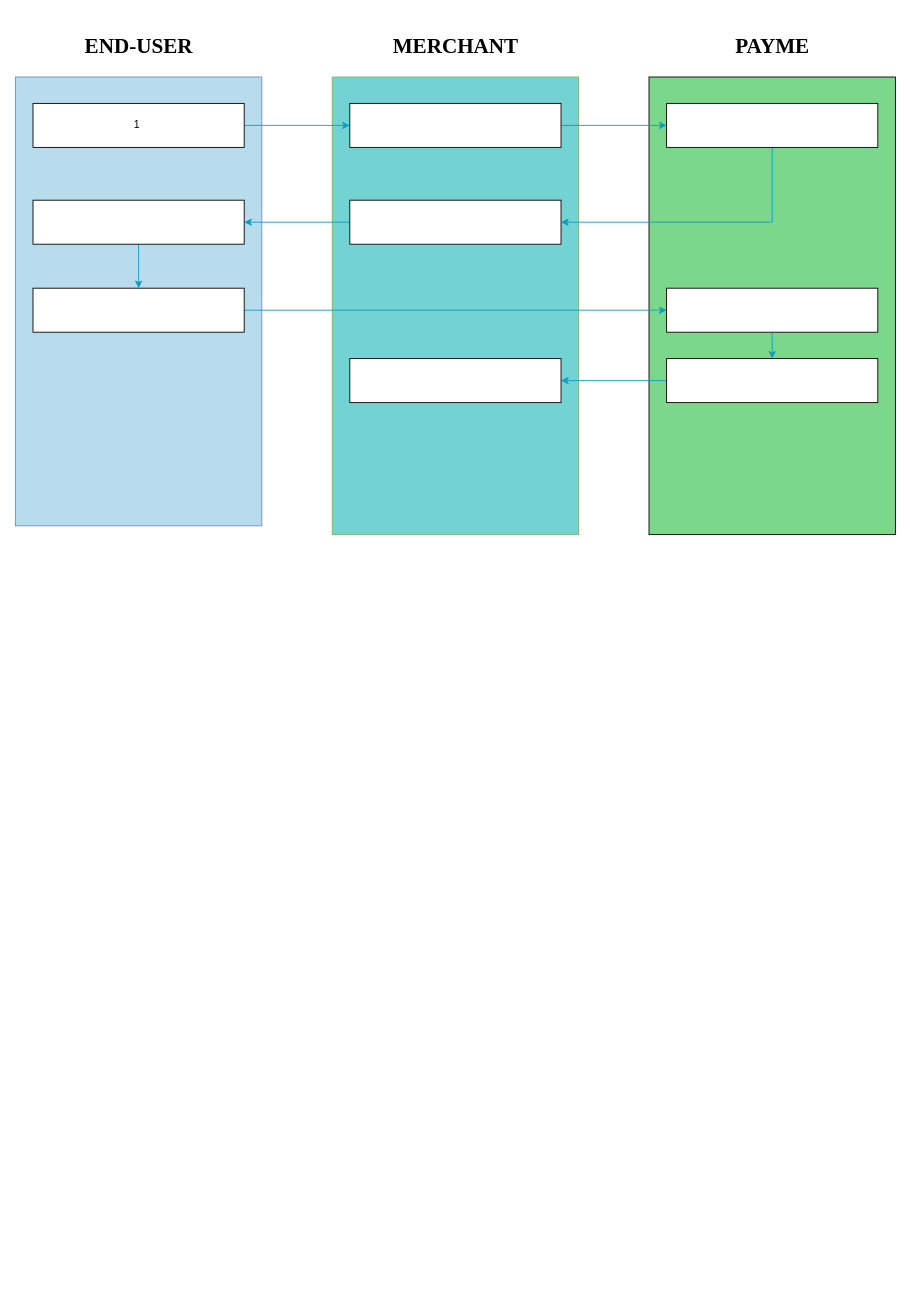
quochuytran98/ex-express keeps this draw.io diagram as Untitled Diagram.drawio. Above is the earlier version. Source tidied: cells renumbered, new cells numbered last; positions are measured from the earlier drawing's top-left corner, leaving out a move shared by most shapes. Both pictures are drawn from the tidied source at 88%, with x=0, y=0 at pixel (15, 15).
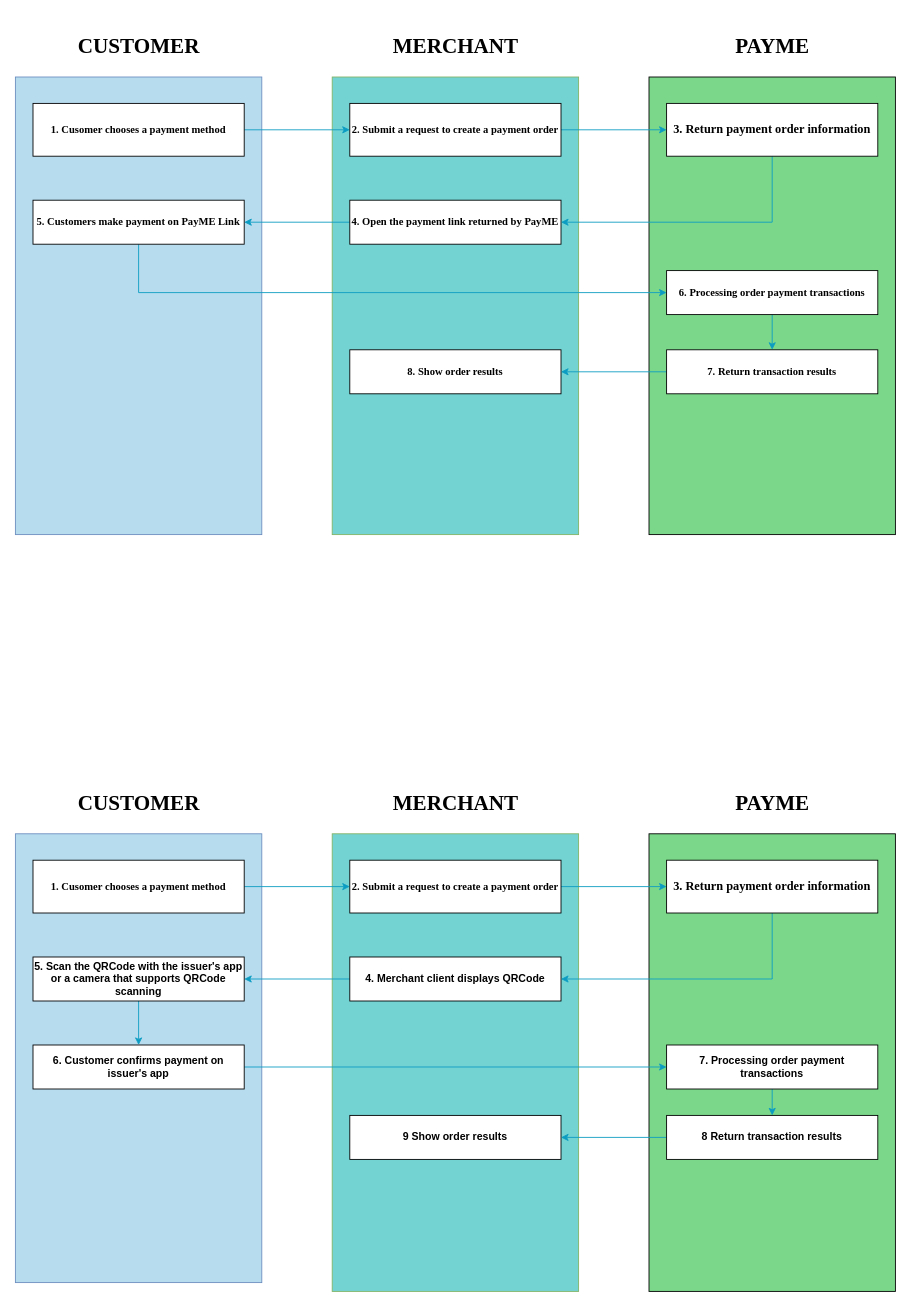
Above is the later version.

Diff of the diagram source:
```diff
@@
     <mxCell id="2" style="rounded=0;whiteSpace=wrap;html=1;fillColor=#b6dcee;strokeColor=#6c8ebf;" parent="1" vertex="1">
-      <mxGeometry y="70" width="280" height="510" as="geometry" />
+      <mxGeometry y="70" width="280" height="520" as="geometry" />
     </mxCell>
@@
-    <mxCell id="6" value="1&amp;nbsp;" style="rounded=0;whiteSpace=wrap;html=1;" parent="1" vertex="1">
-      <mxGeometry x="20" y="100" width="240" height="50" as="geometry" />
+    <mxCell id="6" value="&lt;font face=&quot;Times New Roman&quot; style=&quot;font-size: 12px;&quot;&gt;1. Cusomer&amp;nbsp;&lt;span style=&quot;font-size: 12px; text-align: left; background-color: rgb(255, 255, 255);&quot;&gt;chooses a payment method&lt;/span&gt;&lt;/font&gt;" style="rounded=0;html=1;fontColor=default;whiteSpace=wrap;fontSize=12;fontStyle=1;" parent="1" vertex="1">
+      <mxGeometry x="20" y="100" width="240" height="60" as="geometry" />
     </mxCell>
-    <mxCell id="7" style="edgeStyle=orthogonalEdgeStyle;rounded=0;jumpSize=8;jettySize=auto;html=1;exitX=0.5;exitY=1;exitDx=0;exitDy=0;entryX=0.5;entryY=0;entryDx=0;entryDy=0;strokeColor=#0c9cc2;" parent="1" edge="1" source="8" target="10">
-      <mxGeometry relative="1" as="geometry" />
-    </mxCell>
+    <mxCell id="25" style="edgeStyle=orthogonalEdgeStyle;rounded=0;jumpSize=8;jettySize=auto;html=1;exitX=0.5;exitY=1;exitDx=0;exitDy=0;entryX=0;entryY=0.5;entryDx=0;entryDy=0;strokeColor=#0c9cc2;fontFamily=Times New Roman;fontSize=14;fontColor=#000000;" parent="1" edge="1" source="8" target="18">
+      <mxGeometry relative="1" as="geometry" />
+    </mxCell>
-    <mxCell id="8" style="rounded=0;whiteSpace=wrap;html=1;" parent="1" vertex="1">
+    <mxCell id="8" value="5.&amp;nbsp;&lt;span style=&quot;font-size: 12px; text-align: left; background-color: rgb(255, 255, 255);&quot;&gt;Customers make payment on PayME Link&lt;/span&gt;" style="rounded=0;whiteSpace=wrap;html=1;fontFamily=Times New Roman;fontStyle=1;fontSize=12;" parent="1" vertex="1">
       <mxGeometry x="20" y="210" width="240" height="50" as="geometry" />
     </mxCell>
-    <mxCell id="9" style="edgeStyle=orthogonalEdgeStyle;rounded=0;jumpSize=8;jettySize=auto;html=1;exitX=1;exitY=0.5;exitDx=0;exitDy=0;strokeColor=#0c9cc2;" parent="1" edge="1" source="10" target="18">
-      <mxGeometry relative="1" as="geometry" />
-    </mxCell>
-    <mxCell id="10" style="rounded=0;whiteSpace=wrap;html=1;" parent="1" vertex="1">
-      <mxGeometry x="20" y="310" width="240" height="50" as="geometry" />
-    </mxCell>
@@
-    <mxCell id="12" style="rounded=0;whiteSpace=wrap;html=1;" parent="1" vertex="1">
-      <mxGeometry x="380" y="100" width="240" height="50" as="geometry" />
+    <mxCell id="12" value="&lt;span style=&quot;font-size: 12px; font-style: normal; font-variant-ligatures: normal; font-variant-caps: normal; letter-spacing: normal; orphans: 2; text-indent: 0px; text-transform: none; widows: 2; word-spacing: 0px; -webkit-text-stroke-width: 0px; text-decoration-thickness: initial; text-decoration-style: initial; text-decoration-color: initial; float: none; display: inline !important;&quot;&gt;2. Submit a request to create a payment order&lt;/span&gt;" style="rounded=0;whiteSpace=wrap;html=1;align=center;fontSize=12;fontFamily=Times New Roman;fontStyle=1;labelBackgroundColor=none;fontColor=default;" parent="1" vertex="1">
+      <mxGeometry x="380" y="100" width="240" height="60" as="geometry" />
     </mxCell>
@@
-    <mxCell id="14" style="rounded=0;whiteSpace=wrap;html=1;" parent="1" vertex="1">
+    <mxCell id="14" value="&lt;span style=&quot;font-size: 12px; font-style: normal; font-variant-ligatures: normal; font-variant-caps: normal; letter-spacing: normal; orphans: 2; text-align: left; text-indent: 0px; text-transform: none; widows: 2; word-spacing: 0px; -webkit-text-stroke-width: 0px; background-color: rgb(255, 255, 255); text-decoration-thickness: initial; text-decoration-style: initial; text-decoration-color: initial; float: none; display: inline !important;&quot;&gt;4. Open the payment link returned by PayME&lt;/span&gt;" style="rounded=0;whiteSpace=wrap;html=1;fontFamily=Times New Roman;fontStyle=1;fontSize=12;" parent="1" vertex="1">
       <mxGeometry x="380" y="210" width="240" height="50" as="geometry" />
     </mxCell>
@@
-    <mxCell id="16" style="rounded=0;whiteSpace=wrap;html=1;" parent="1" vertex="1">
-      <mxGeometry x="740" y="100" width="240" height="50" as="geometry" />
+    <mxCell id="16" value="&lt;span style=&quot;font-size: 14px; font-style: normal; font-variant-ligatures: normal; font-variant-caps: normal; letter-spacing: normal; orphans: 2; text-align: left; text-indent: 0px; text-transform: none; widows: 2; word-spacing: 0px; -webkit-text-stroke-width: 0px; background-color: rgb(255, 255, 255); text-decoration-thickness: initial; text-decoration-style: initial; text-decoration-color: initial; float: none; display: inline !important;&quot;&gt;3. Return payment order information&lt;/span&gt;" style="rounded=0;whiteSpace=wrap;html=1;fontFamily=Times New Roman;fontSize=14;fontStyle=1;fontColor=#000000;" parent="1" vertex="1">
+      <mxGeometry x="740" y="100" width="240" height="60" as="geometry" />
     </mxCell>
@@
-    <mxCell id="18" style="rounded=0;whiteSpace=wrap;html=1;" parent="1" vertex="1">
-      <mxGeometry x="740" y="310" width="240" height="50" as="geometry" />
+    <mxCell id="18" value="&lt;div style=&quot;text-align: left; font-size: 12px;&quot;&gt;&lt;span style=&quot;background-color: initial; font-size: 12px;&quot;&gt;6.&amp;nbsp;&lt;/span&gt;&lt;font style=&quot;font-size: 12px;&quot;&gt;&lt;span style=&quot;font-size: 12px; background-color: rgb(255, 255, 255);&quot;&gt;Processing order payment transactions&lt;/span&gt;&lt;/font&gt;&lt;/div&gt;" style="rounded=0;whiteSpace=wrap;html=1;fontFamily=Times New Roman;fontStyle=1;fontSize=12;" parent="1" vertex="1">
+      <mxGeometry x="740" y="290" width="240" height="50" as="geometry" />
     </mxCell>
@@
-    <mxCell id="20" style="rounded=0;whiteSpace=wrap;html=1;" parent="1" vertex="1">
-      <mxGeometry x="740" y="390" width="240" height="50" as="geometry" />
+    <mxCell id="20" value="7.&amp;nbsp;&lt;span style=&quot;border-color: var(--border-color); font-size: 12px; text-align: left; background-color: rgb(255, 255, 255);&quot;&gt;Return transaction results&lt;/span&gt;" style="rounded=0;whiteSpace=wrap;html=1;fontFamily=Times New Roman;fontStyle=1;fontSize=12;" parent="1" vertex="1">
+      <mxGeometry x="740" y="380" width="240" height="50" as="geometry" />
     </mxCell>
-    <mxCell id="21" style="rounded=0;whiteSpace=wrap;html=1;" parent="1" vertex="1">
-      <mxGeometry x="380" y="390" width="240" height="50" as="geometry" />
+    <mxCell id="21" value="8.&amp;nbsp;&lt;span style=&quot;font-size: 12px; text-align: left; background-color: rgb(255, 255, 255);&quot;&gt;Show order results&lt;/span&gt;" style="rounded=0;whiteSpace=wrap;html=1;fontFamily=Times New Roman;fontStyle=1;fontSize=12;" parent="1" vertex="1">
+      <mxGeometry x="380" y="380" width="240" height="50" as="geometry" />
     </mxCell>
-    <mxCell id="22" value="&lt;h1&gt;END-USER&lt;/h1&gt;" style="text;html=1;align=center;verticalAlign=middle;strokeColor=none;fillColor=none;fontStyle=1;fontFamily=Times New Roman;" parent="1" vertex="1">
-      <mxGeometry x="65" width="150" height="70" as="geometry" />
+    <mxCell id="22" value="&lt;h1&gt;CUSTOMER&lt;/h1&gt;" style="text;html=1;align=center;verticalAlign=middle;strokeColor=none;fillColor=none;fontStyle=1;fontFamily=Times New Roman;" parent="1" vertex="1">
+      <mxGeometry x="60" width="160" height="70" as="geometry" />
     </mxCell>
@@
+    <mxCell id="26" value="&lt;h1&gt;CUSTOMER&lt;/h1&gt;" style="text;html=1;align=center;verticalAlign=middle;strokeColor=none;fillColor=none;fontStyle=1;fontFamily=Times New Roman;" parent="1" vertex="1">
+      <mxGeometry x="60" y="860" width="160" height="70" as="geometry" />
+    </mxCell>
+    <mxCell id="27" value="&lt;h1&gt;MERCHANT&lt;/h1&gt;" style="text;html=1;align=center;verticalAlign=middle;strokeColor=none;fillColor=none;fontStyle=1;fontFamily=Times New Roman;" parent="1" vertex="1">
+      <mxGeometry x="415" y="860" width="170" height="70" as="geometry" />
+    </mxCell>
+    <mxCell id="28" value="&lt;h1&gt;PAYME&lt;/h1&gt;" style="text;html=1;align=center;verticalAlign=middle;strokeColor=none;fillColor=none;fontStyle=1;fontFamily=Times New Roman;" parent="1" vertex="1">
+      <mxGeometry x="805" y="860" width="110" height="70" as="geometry" />
+    </mxCell>
+    <mxCell id="29" style="rounded=0;whiteSpace=wrap;html=1;fillColor=#b6dcee;strokeColor=#6c8ebf;" parent="1" vertex="1">
+      <mxGeometry y="930" width="280" height="510" as="geometry" />
+    </mxCell>
+    <mxCell id="30" style="rounded=0;whiteSpace=wrap;html=1;fillColor=#73d2d2;strokeColor=#82b366;" parent="1" vertex="1">
+      <mxGeometry x="360" y="930" width="280" height="520" as="geometry" />
+    </mxCell>
+    <mxCell id="31" style="rounded=0;whiteSpace=wrap;html=1;fillColor=#7bd88a;" parent="1" vertex="1">
+      <mxGeometry x="720" y="930" width="280" height="520" as="geometry" />
+    </mxCell>
+    <mxCell id="32" style="edgeStyle=orthogonalEdgeStyle;rounded=0;jumpSize=8;jettySize=auto;html=1;exitX=1;exitY=0.5;exitDx=0;exitDy=0;entryX=0;entryY=0.5;entryDx=0;entryDy=0;strokeColor=#0c9cc2;" parent="1" edge="1" source="33" target="39">
+      <mxGeometry relative="1" as="geometry" />
+    </mxCell>
+    <mxCell id="33" value="&lt;span style=&quot;font-family: &amp;quot;Times New Roman&amp;quot;;&quot;&gt;1. Cusomer&amp;nbsp;&lt;/span&gt;&lt;span style=&quot;border-color: var(--border-color); font-family: &amp;quot;Times New Roman&amp;quot;; text-align: left; background-color: rgb(255, 255, 255);&quot;&gt;chooses a payment method&lt;/span&gt;" style="rounded=0;html=1;fontColor=default;whiteSpace=wrap;fontSize=12;fontStyle=1;" parent="1" vertex="1">
+      <mxGeometry x="20" y="960" width="240" height="60" as="geometry" />
+    </mxCell>
+    <mxCell id="34" style="edgeStyle=orthogonalEdgeStyle;rounded=0;jumpSize=8;jettySize=auto;html=1;exitX=0.5;exitY=1;exitDx=0;exitDy=0;entryX=0.5;entryY=0;entryDx=0;entryDy=0;strokeColor=#0c9cc2;" parent="1" edge="1" source="35" target="37">
+      <mxGeometry relative="1" as="geometry" />
+    </mxCell>
+    <mxCell id="35" value="&lt;font style=&quot;font-size: 12px;&quot;&gt;&lt;b&gt;5.&amp;nbsp;&lt;span style=&quot;font-family: &amp;quot;Nunito Sans&amp;quot;, sans-serif; text-align: left; background-color: rgb(255, 255, 255);&quot;&gt;Scan the QRCode with the issuer's app or a camera that supports QRCode scanning&lt;/span&gt;&lt;/b&gt;&lt;/font&gt;" style="rounded=0;whiteSpace=wrap;html=1;" parent="1" vertex="1">
+      <mxGeometry x="20" y="1070" width="240" height="50" as="geometry" />
+    </mxCell>
+    <mxCell id="36" style="edgeStyle=orthogonalEdgeStyle;rounded=0;jumpSize=8;jettySize=auto;html=1;exitX=1;exitY=0.5;exitDx=0;exitDy=0;strokeColor=#0c9cc2;" parent="1" edge="1" source="37" target="45">
+      <mxGeometry relative="1" as="geometry" />
+    </mxCell>
+    <mxCell id="37" value="&lt;div style=&quot;&quot;&gt;6. Customer&amp;nbsp;confirms payment on issuer's app&lt;/div&gt;" style="rounded=0;whiteSpace=wrap;html=1;fontFamily=Helvetica;fontStyle=1;align=center;" parent="1" vertex="1">
+      <mxGeometry x="20" y="1170" width="240" height="50" as="geometry" />
+    </mxCell>
+    <mxCell id="38" style="edgeStyle=orthogonalEdgeStyle;rounded=0;jettySize=auto;html=1;exitX=1;exitY=0.5;exitDx=0;exitDy=0;strokeColor=#0c9cc2;" parent="1" edge="1" source="39" target="43">
+      <mxGeometry relative="1" as="geometry" />
+    </mxCell>
+    <mxCell id="39" value="2. Submit a request to create a payment order" style="rounded=0;whiteSpace=wrap;html=1;align=center;fontSize=12;fontFamily=Times New Roman;fontStyle=1;labelBackgroundColor=none;fontColor=default;" parent="1" vertex="1">
+      <mxGeometry x="380" y="960" width="240" height="60" as="geometry" />
+    </mxCell>
+    <mxCell id="40" style="edgeStyle=orthogonalEdgeStyle;rounded=0;jumpSize=8;jettySize=auto;html=1;exitX=0;exitY=0.5;exitDx=0;exitDy=0;strokeColor=#0c9cc2;" parent="1" edge="1" source="41" target="35">
+      <mxGeometry relative="1" as="geometry" />
+    </mxCell>
+    <mxCell id="41" value="&lt;div style=&quot;font-size: 12px;&quot;&gt;&lt;font face=&quot;Nunito Sans, sans-serif&quot; style=&quot;font-size: 12px;&quot;&gt;&lt;span style=&quot;font-size: 12px; background-color: rgb(255, 255, 255);&quot;&gt;4.&amp;nbsp;&lt;/span&gt;&lt;/font&gt;&lt;span style=&quot;font-family: &amp;quot;Nunito Sans&amp;quot;, sans-serif; background-color: initial; font-size: 12px;&quot;&gt;Merchant client displays QRCode&lt;/span&gt;&lt;/div&gt;" style="rounded=0;whiteSpace=wrap;html=1;align=center;fontSize=12;fontStyle=1;" parent="1" vertex="1">
+      <mxGeometry x="380" y="1070" width="240" height="50" as="geometry" />
+    </mxCell>
+    <mxCell id="42" style="edgeStyle=orthogonalEdgeStyle;rounded=0;jettySize=auto;html=1;exitX=0.5;exitY=1;exitDx=0;exitDy=0;entryX=1;entryY=0.5;entryDx=0;entryDy=0;strokeColor=#0c9cc2;" parent="1" edge="1" source="43" target="41">
+      <mxGeometry relative="1" as="geometry" />
+    </mxCell>
+    <mxCell id="43" value="&lt;span style=&quot;text-align: left; background-color: rgb(255, 255, 255);&quot;&gt;3. Return payment order information&lt;/span&gt;" style="rounded=0;whiteSpace=wrap;html=1;fontFamily=Times New Roman;fontSize=14;fontStyle=1;fontColor=#000000;" parent="1" vertex="1">
+      <mxGeometry x="740" y="960" width="240" height="60" as="geometry" />
+    </mxCell>
+    <mxCell id="44" style="edgeStyle=orthogonalEdgeStyle;rounded=0;jumpSize=8;jettySize=auto;html=1;exitX=0.5;exitY=1;exitDx=0;exitDy=0;entryX=0.5;entryY=0;entryDx=0;entryDy=0;strokeColor=#0c9cc2;" parent="1" edge="1" source="45" target="47">
+      <mxGeometry relative="1" as="geometry" />
+    </mxCell>
+    <mxCell id="45" value="&lt;div style=&quot;&quot;&gt;&lt;b&gt;7.&amp;nbsp;Processing order payment transactions&lt;/b&gt;&lt;/div&gt;" style="rounded=0;whiteSpace=wrap;html=1;align=center;" parent="1" vertex="1">
+      <mxGeometry x="740" y="1170" width="240" height="50" as="geometry" />
+    </mxCell>
+    <mxCell id="46" style="edgeStyle=orthogonalEdgeStyle;rounded=0;jumpSize=8;jettySize=auto;html=1;exitX=0;exitY=0.5;exitDx=0;exitDy=0;entryX=1;entryY=0.5;entryDx=0;entryDy=0;strokeColor=#0c9cc2;" parent="1" edge="1" source="47" target="48">
+      <mxGeometry relative="1" as="geometry" />
+    </mxCell>
+    <mxCell id="47" value="&lt;b style=&quot;&quot;&gt;8&amp;nbsp;&lt;span style=&quot;border-color: var(--border-color); font-family: &amp;quot;Nunito Sans&amp;quot;, sans-serif; background-color: rgb(255, 255, 255);&quot;&gt;Return transaction results&lt;/span&gt;&lt;/b&gt;" style="rounded=0;whiteSpace=wrap;html=1;align=center;" parent="1" vertex="1">
+      <mxGeometry x="740" y="1250" width="240" height="50" as="geometry" />
+    </mxCell>
+    <mxCell id="48" value="&lt;font style=&quot;font-size: 12px;&quot;&gt;&lt;b&gt;9&amp;nbsp;&lt;span style=&quot;font-family: &amp;quot;Nunito Sans&amp;quot;, sans-serif; text-align: left; background-color: rgb(255, 255, 255);&quot;&gt;Show order results&lt;/span&gt;&lt;/b&gt;&lt;/font&gt;" style="rounded=0;whiteSpace=wrap;html=1;" parent="1" vertex="1">
+      <mxGeometry x="380" y="1250" width="240" height="50" as="geometry" />
+    </mxCell>
```
